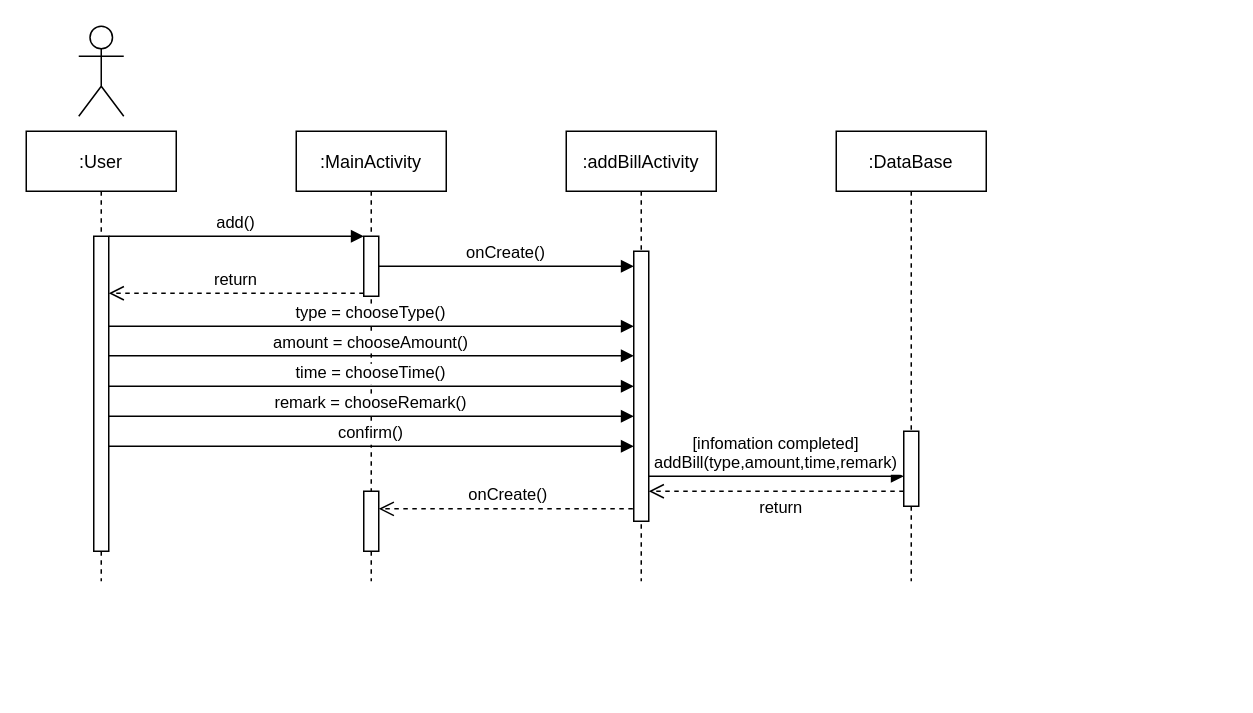
This is addBill.drawio from Hengjiu99/UML, a draw.io file, before an edit. Source tidied: cells renumbered, new cells numbered last; positions are measured from the earlier drawing's top-left corner, leaving out a move shared by most shapes. Both pictures are drawn from the tidied source at 150%, with x=0, y=0 at pixel (26, 26).
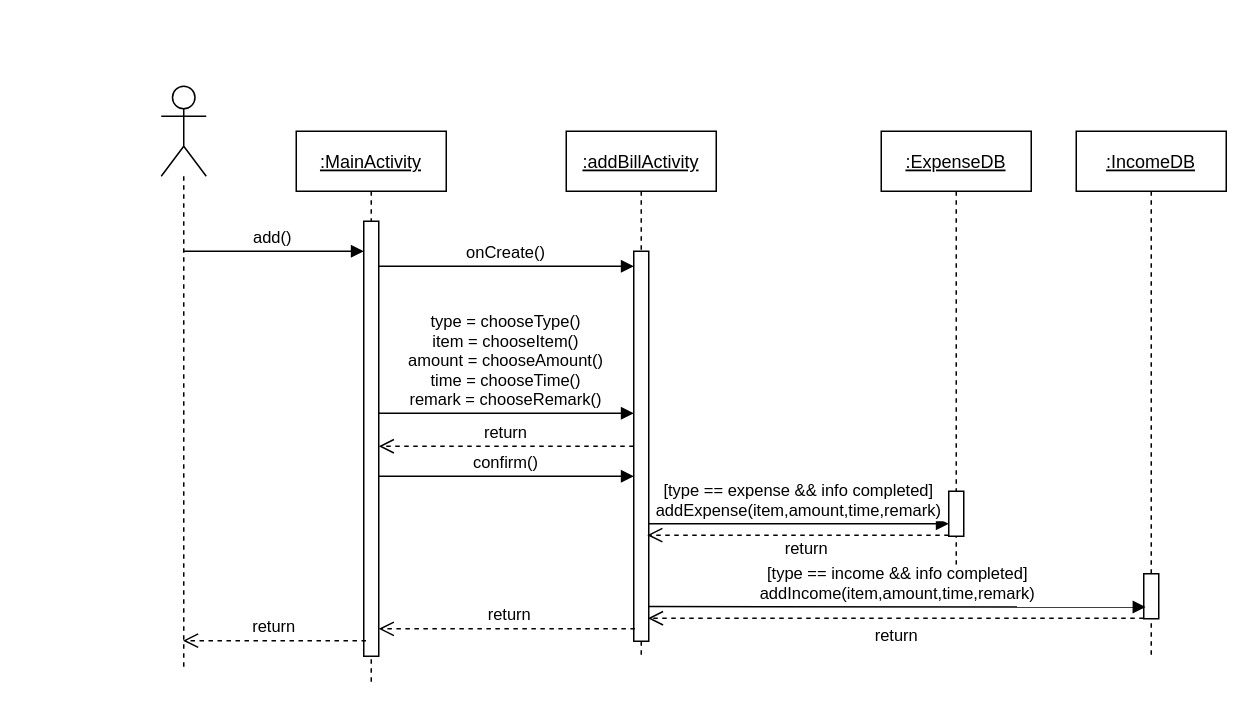
After the change.

Change to the diagram source:
```diff
@@
-    <mxCell id="2" value=":User" style="shape=umlLifeline;perimeter=lifelinePerimeter;rounded=0;shadow=0;strokeWidth=1;" parent="1" vertex="1">
-      <mxGeometry y="70" width="100" height="300" as="geometry" />
-    </mxCell>
-    <mxCell id="3" style="points=[];perimeter=orthogonalPerimeter;rounded=0;shadow=0;strokeWidth=1;" parent="2" vertex="1">
-      <mxGeometry x="45" y="70" width="10" height="210" as="geometry" />
-    </mxCell>
-    <mxCell id="4" value=":MainActivity" style="shape=umlLifeline;perimeter=lifelinePerimeter;rounded=0;shadow=0;strokeWidth=1;" parent="1" vertex="1">
-      <mxGeometry x="180" y="70" width="100" height="300" as="geometry" />
+    <mxCell id="4" value=":MainActivity" style="shape=umlLifeline;perimeter=lifelinePerimeter;rounded=0;shadow=0;strokeWidth=1;fontStyle=4;" parent="1" vertex="1">
+      <mxGeometry x="180" y="70" width="100" height="370" as="geometry" />
     </mxCell>
     <mxCell id="5" style="points=[];perimeter=orthogonalPerimeter;rounded=0;shadow=0;strokeWidth=1;" parent="4" vertex="1">
-      <mxGeometry x="45" y="70" width="10" height="40" as="geometry" />
+      <mxGeometry x="45" y="60" width="10" height="290" as="geometry" />
     </mxCell>
-    <mxCell id="6" value="time = chooseTime()" style="verticalAlign=bottom;endArrow=block;shadow=0;strokeWidth=1;" parent="4" edge="1">
-      <mxGeometry relative="1" as="geometry">
-        <mxPoint x="-125" y="170" as="sourcePoint" />
-        <mxPoint x="225" y="170" as="targetPoint" />
-        <Array as="points">
-          <mxPoint x="80" y="170" />
-          <mxPoint x="210" y="170" />
-        </Array>
-      </mxGeometry>
-    </mxCell>
-    <mxCell id="7" style="points=[];perimeter=orthogonalPerimeter;rounded=0;shadow=0;strokeWidth=1;" parent="4" vertex="1">
-      <mxGeometry x="45" y="240" width="10" height="40" as="geometry" />
-    </mxCell>
-    <mxCell id="8" value="return" style="verticalAlign=bottom;endArrow=open;dashed=1;endSize=8;exitX=0;exitY=0.95;shadow=0;strokeWidth=1;" parent="1" edge="1" source="5" target="3">
-      <mxGeometry relative="1" as="geometry" />
-    </mxCell>
-    <mxCell id="9" value="add()" style="verticalAlign=bottom;endArrow=block;entryX=0;entryY=0;shadow=0;strokeWidth=1;" parent="1" edge="1" source="3" target="5">
-      <mxGeometry relative="1" as="geometry" />
+    <mxCell id="9" value="add()" style="verticalAlign=bottom;endArrow=block;shadow=0;strokeWidth=1;" parent="1" edge="1" source="28" target="5">
+      <mxGeometry relative="1" as="geometry">
+        <Array as="points">
+          <mxPoint x="220" y="150" />
+        </Array>
+      </mxGeometry>
     </mxCell>
-    <mxCell id="10" value=":addBillActivity" style="shape=umlLifeline;perimeter=lifelinePerimeter;rounded=0;shadow=0;strokeWidth=1;" parent="1" vertex="1">
-      <mxGeometry x="360" y="70" width="100" height="300" as="geometry" />
+    <mxCell id="10" value=":addBillActivity" style="shape=umlLifeline;perimeter=lifelinePerimeter;rounded=0;shadow=0;strokeWidth=1;fontStyle=4;" parent="1" vertex="1">
+      <mxGeometry x="360" y="70" width="100" height="350" as="geometry" />
     </mxCell>
     <mxCell id="11" style="points=[];perimeter=orthogonalPerimeter;rounded=0;shadow=0;strokeWidth=1;" parent="10" vertex="1">
-      <mxGeometry x="45" y="80" width="10" height="180" as="geometry" />
+      <mxGeometry x="45" y="80" width="10" height="260" as="geometry" />
     </mxCell>
@@
-    <mxCell id="13" value="type = chooseType()" style="verticalAlign=bottom;endArrow=block;shadow=0;strokeWidth=1;" parent="1" edge="1" source="3" target="11">
+    <mxCell id="13" value="type = chooseType()&#10;item = chooseItem()&#10;amount = chooseAmount()&#10;time = chooseTime()&#10;remark = chooseRemark()" style="verticalAlign=bottom;endArrow=block;shadow=0;strokeWidth=1;" parent="1" edge="1" source="5" target="11">
       <mxGeometry relative="1" as="geometry">
         <Array as="points">
-          <mxPoint x="260" y="200" />
-          <mxPoint x="390" y="200" />
+          <mxPoint x="260" y="258" />
+          <mxPoint x="390" y="258" />
         </Array>
       </mxGeometry>
     </mxCell>
-    <mxCell id="14" value=":DataBase" style="shape=umlLifeline;perimeter=lifelinePerimeter;rounded=0;shadow=0;strokeWidth=1;" parent="1" vertex="1">
-      <mxGeometry x="540" y="70" width="100" height="300" as="geometry" />
+    <mxCell id="14" value=":ExpenseDB" style="shape=umlLifeline;perimeter=lifelinePerimeter;rounded=0;shadow=0;strokeWidth=1;fontStyle=4;" parent="1" vertex="1">
+      <mxGeometry x="570" y="70" width="100" height="290" as="geometry" />
     </mxCell>
     <mxCell id="15" style="points=[];perimeter=orthogonalPerimeter;rounded=0;shadow=0;strokeWidth=1;" parent="14" vertex="1">
-      <mxGeometry x="45" y="200" width="10" height="50" as="geometry" />
+      <mxGeometry x="45" y="240" width="10" height="30" as="geometry" />
     </mxCell>
-    <mxCell id="16" value="amount = chooseAmount()" style="verticalAlign=bottom;endArrow=block;shadow=0;strokeWidth=1;" parent="1" edge="1">
-      <mxGeometry relative="1" as="geometry">
-        <mxPoint x="55" y="219.7" as="sourcePoint" />
-        <mxPoint x="405" y="219.7" as="targetPoint" />
-        <Array as="points">
-          <mxPoint x="260" y="219.7" />
-          <mxPoint x="390" y="219.7" />
-        </Array>
-      </mxGeometry>
-    </mxCell>
-    <mxCell id="17" value="remark = chooseRemark()" style="verticalAlign=bottom;endArrow=block;shadow=0;strokeWidth=1;" parent="1" edge="1">
-      <mxGeometry relative="1" as="geometry">
-        <mxPoint x="55" y="260" as="sourcePoint" />
-        <mxPoint x="405" y="260" as="targetPoint" />
-        <Array as="points">
-          <mxPoint x="260" y="260" />
-          <mxPoint x="390" y="260" />
-        </Array>
-      </mxGeometry>
-    </mxCell>
-    <mxCell id="18" value="return" style="html=1;verticalAlign=bottom;endArrow=open;dashed=1;endSize=8;rounded=0;" parent="1" edge="1">
-      <mxGeometry x="-0.03" y="20" relative="1" as="geometry">
-        <mxPoint x="585" y="310" as="sourcePoint" />
-        <mxPoint x="415" y="310" as="targetPoint" />
-      </mxGeometry>
+    <mxCell id="18" value="return" style="html=1;verticalAlign=bottom;endArrow=open;dashed=1;endSize=8;rounded=0;entryX=0.9;entryY=0.728;entryDx=0;entryDy=0;entryPerimeter=0;" parent="1" edge="1" source="15" target="11">
+      <mxGeometry x="-0.05" y="18" relative="1" as="geometry" />
     </mxCell>
-    <mxCell id="19" value="[infomation completed]&#10;addBill(type,amount,time,remark)" style="verticalAlign=bottom;endArrow=block;entryX=0;entryY=0;shadow=0;strokeWidth=1;" parent="1" edge="1">
-      <mxGeometry relative="1" as="geometry">
-        <mxPoint x="415" y="300" as="sourcePoint" />
-        <mxPoint x="585" y="300" as="targetPoint" />
-      </mxGeometry>
+    <mxCell id="19" value="[type == expense &amp;&amp; info completed]&#10;addExpense(item,amount,time,remark)" style="verticalAlign=bottom;endArrow=block;shadow=0;strokeWidth=1;exitX=1.02;exitY=0.699;exitDx=0;exitDy=0;exitPerimeter=0;" parent="1" edge="1" source="11" target="15">
+      <mxGeometry relative="1" as="geometry" />
     </mxCell>
-    <mxCell id="20" value="confirm()" style="verticalAlign=bottom;endArrow=block;shadow=0;strokeWidth=1;" parent="1" edge="1">
+    <mxCell id="20" value="confirm()" style="verticalAlign=bottom;endArrow=block;shadow=0;strokeWidth=1;" parent="1" edge="1" source="5">
       <mxGeometry relative="1" as="geometry">
-        <mxPoint x="55" y="280" as="sourcePoint" />
-        <mxPoint x="405" y="280" as="targetPoint" />
+        <mxPoint x="405" y="300" as="targetPoint" />
         <Array as="points">
-          <mxPoint x="260" y="280" />
-          <mxPoint x="390" y="280" />
+          <mxPoint x="260" y="300" />
+          <mxPoint x="390" y="300" />
         </Array>
       </mxGeometry>
     </mxCell>
-    <mxCell id="21" value="onCreate()" style="html=1;verticalAlign=bottom;endArrow=open;dashed=1;endSize=8;rounded=0;exitX=-0.062;exitY=0.954;exitDx=0;exitDy=0;exitPerimeter=0;" parent="1" edge="1" source="11" target="7">
-      <mxGeometry x="-0.02" y="-1" relative="1" as="geometry" />
+    <mxCell id="21" value="return" style="html=1;verticalAlign=bottom;endArrow=open;dashed=1;endSize=8;rounded=0;exitX=0.076;exitY=0.968;exitDx=0;exitDy=0;exitPerimeter=0;" parent="1" edge="1" source="11">
+      <mxGeometry x="-0.02" y="-1" relative="1" as="geometry">
+        <mxPoint x="235" y="401.7" as="targetPoint" />
+      </mxGeometry>
     </mxCell>
-    <mxCell id="22" style="shape=umlActor;html=1;verticalLabelPosition=bottom;verticalAlign=top;align=center;" parent="1" vertex="1">
-      <mxGeometry x="35" width="30" height="60" as="geometry" />
-    </mxCell>
+    <mxCell id="23" value="return" style="verticalAlign=bottom;endArrow=open;dashed=1;endSize=8;exitX=0.145;exitY=0.74;shadow=0;strokeWidth=1;exitDx=0;exitDy=0;exitPerimeter=0;" parent="1" edge="1" target="28">
+      <mxGeometry relative="1" as="geometry">
+        <mxPoint x="226.5" y="409.6" as="sourcePoint" />
+      </mxGeometry>
+    </mxCell>
+    <mxCell id="24" value=":IncomeDB" style="shape=umlLifeline;perimeter=lifelinePerimeter;rounded=0;shadow=0;strokeWidth=1;fontStyle=4;" parent="1" vertex="1">
+      <mxGeometry x="700" y="70" width="100" height="350" as="geometry" />
+    </mxCell>
+    <mxCell id="25" style="points=[];perimeter=orthogonalPerimeter;rounded=0;shadow=0;strokeWidth=1;" parent="24" vertex="1">
+      <mxGeometry x="45" y="295" width="10" height="30" as="geometry" />
+    </mxCell>
+    <mxCell id="26" value="[type == income &amp;&amp; info completed]&#10;addIncome(item,amount,time,remark)" style="verticalAlign=bottom;endArrow=block;shadow=0;strokeWidth=1;entryX=0.117;entryY=0.739;entryDx=0;entryDy=0;entryPerimeter=0;exitX=1.017;exitY=0.911;exitDx=0;exitDy=0;exitPerimeter=0;" parent="1" edge="1" source="11" target="25">
+      <mxGeometry relative="1" as="geometry" />
+    </mxCell>
+    <mxCell id="27" value="return" style="html=1;verticalAlign=bottom;endArrow=open;dashed=1;endSize=8;rounded=0;entryX=0.943;entryY=0.941;entryDx=0;entryDy=0;entryPerimeter=0;" parent="1" edge="1" source="25" target="11">
+      <mxGeometry y="20" relative="1" as="geometry" />
+    </mxCell>
+    <mxCell id="28" style="shape=umlLifeline;participant=umlActor;perimeter=lifelinePerimeter;whiteSpace=wrap;html=1;verticalAlign=top;spacingTop=36;outlineConnect=0;size=60;" parent="1" vertex="1">
+      <mxGeometry x="90" y="40" width="30" height="390" as="geometry" />
+    </mxCell>
+    <mxCell id="29" value="return" style="verticalAlign=bottom;endArrow=open;dashed=1;endSize=8;shadow=0;strokeWidth=1;" parent="1" edge="1" source="11" target="5">
+      <mxGeometry relative="1" as="geometry" />
+    </mxCell>
```
